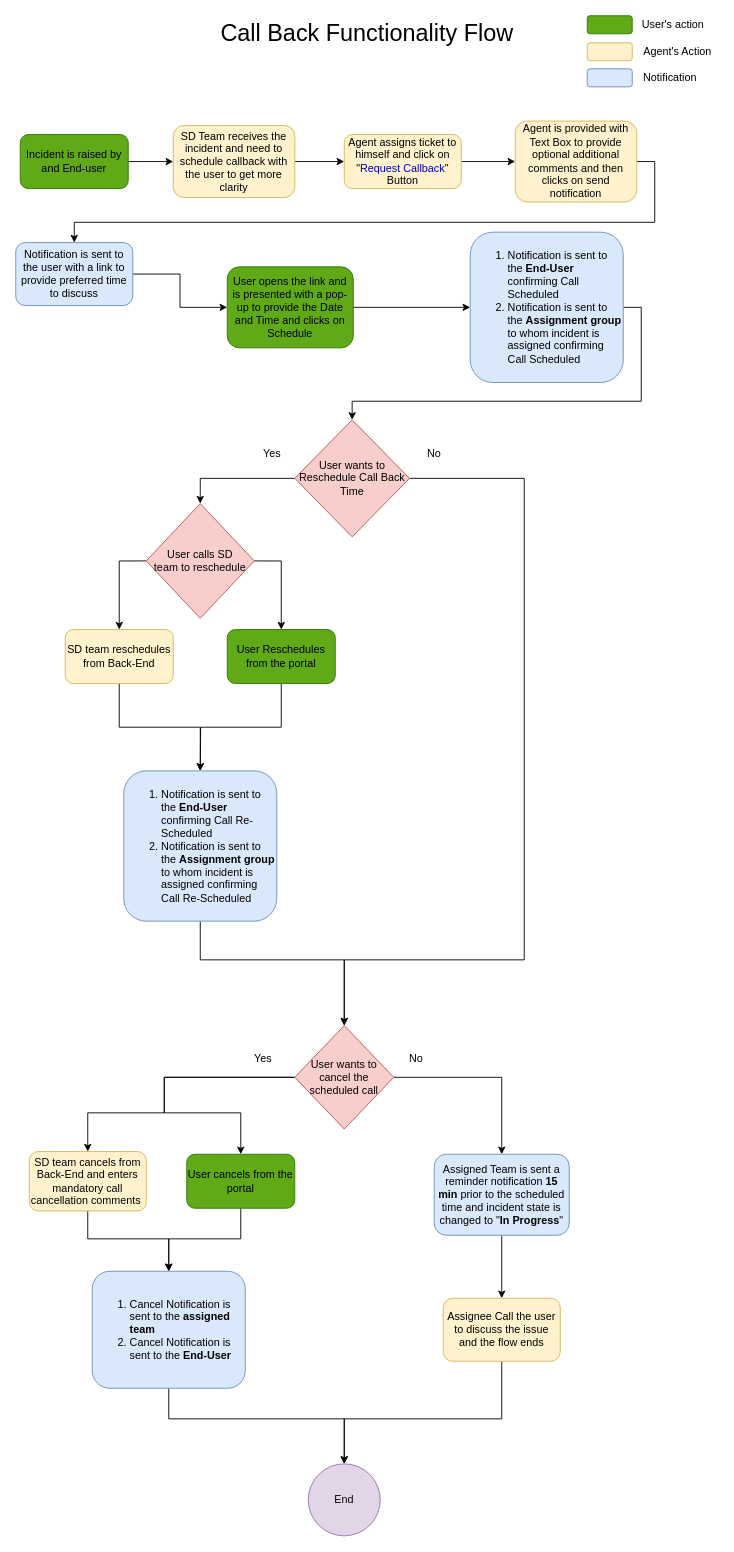
Before: Untitled Diagram.drawio in sunjyot1993/Call-Back-Flow, a draw.io diagram. Source tidied: cells renumbered, new cells numbered last; positions are measured from the earlier drawing's top-left corner, leaving out a move shared by most shapes. Both pictures are drawn from the tidied source at 90%, with x=0, y=0 at pixel (15, 15).
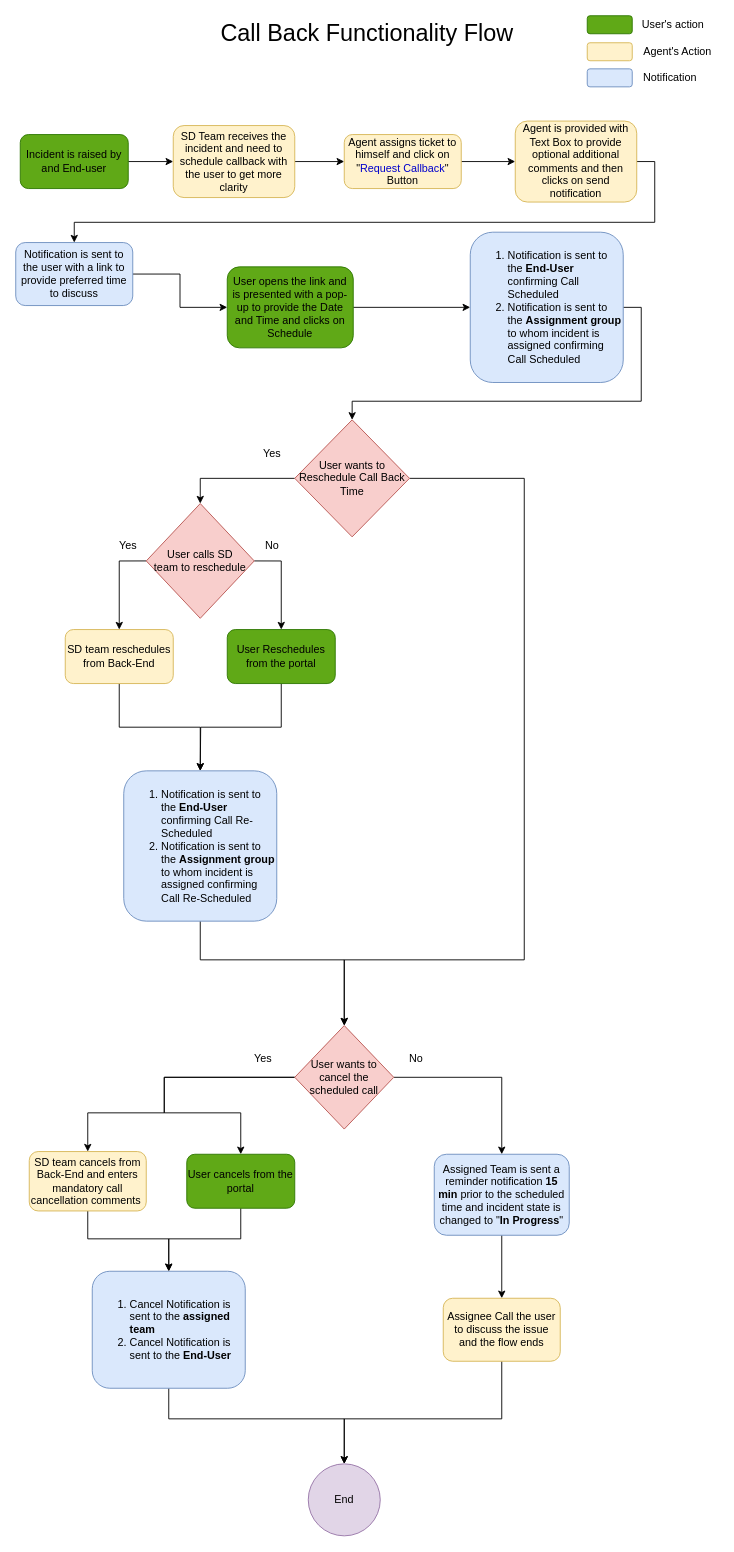
The same diagram, later.

Diff of the diagram source:
```diff
@@
     <mxCell id="24" value="No" style="text;html=1;strokeColor=none;fillColor=none;align=center;verticalAlign=middle;whiteSpace=wrap;rounded=0;" parent="1" vertex="1">
-      <mxGeometry x="445" y="472" width="40" height="30" as="geometry" />
+      <mxGeometry x="265" y="574" width="40" height="30" as="geometry" />
     </mxCell>
@@
+    <mxCell id="54" value="Yes" style="text;html=1;strokeColor=none;fillColor=none;align=center;verticalAlign=middle;whiteSpace=wrap;rounded=0;" parent="1" vertex="1">
+      <mxGeometry x="105" y="579" width="40" height="20" as="geometry" />
+    </mxCell>
```
